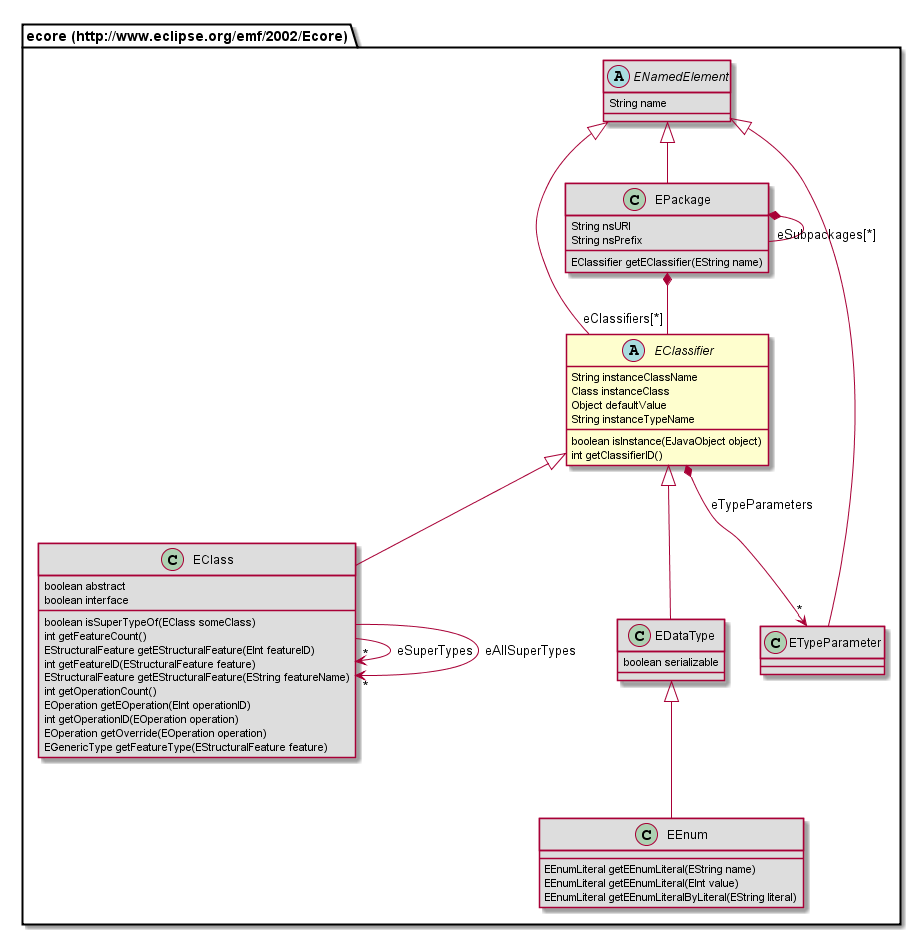
This is org.nasdanika.codegen.editor/doc/model/687474703a2f2f7777772e65636c697073652e6f72672f656d662f323030322f45636f7265/EClassifier.png from Nasdanika/codegen, a PlantUML export, as it was before one commit.
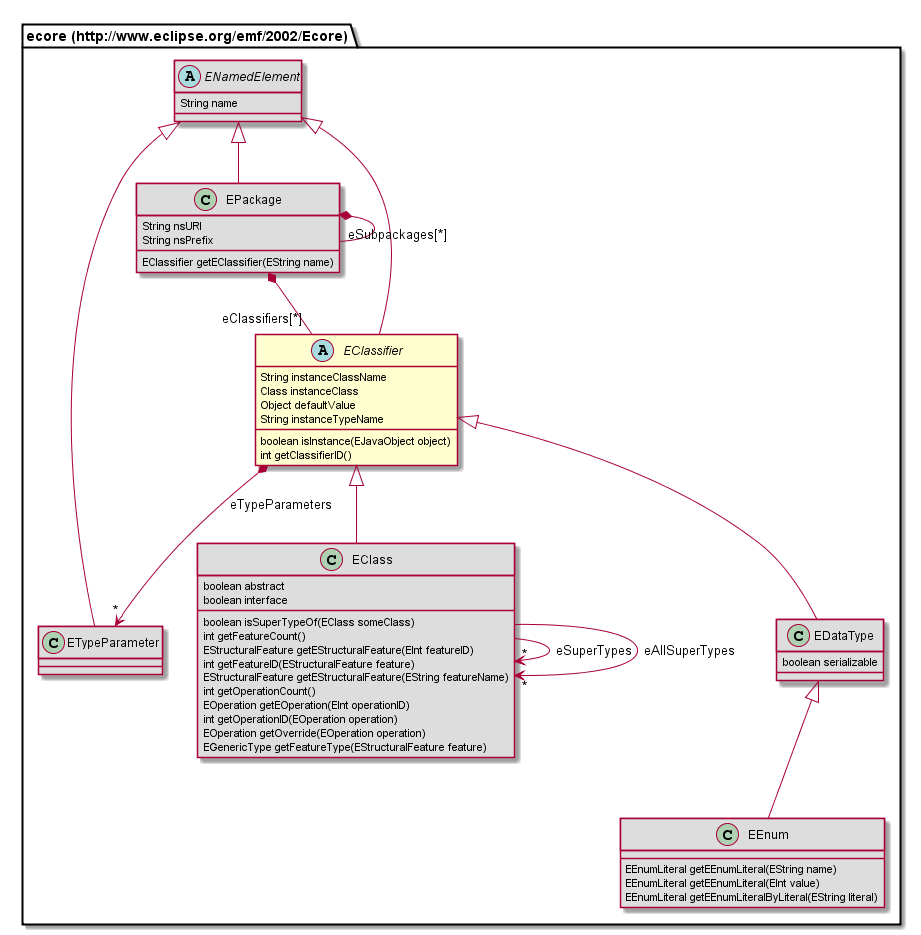
Later version of the same file.

Diff of the diagram source:
```diff
@@ -6,21 +6,6 @@
 	String instanceTypeName
 	boolean isInstance(EJavaObject object)
 	int getClassifierID()
-}
-class "ecore (http://www.eclipse.org/emf/2002/Ecore).ETypeParameter" #DDDDDD {
-}
-class "ecore (http://www.eclipse.org/emf/2002/Ecore).EEnum" #DDDDDD {
-	EEnumLiteral getEEnumLiteral(EString name)
-	EEnumLiteral getEEnumLiteral(EInt value)
-	EEnumLiteral getEEnumLiteralByLiteral(EString literal)
-}
-class "ecore (http://www.eclipse.org/emf/2002/Ecore).EPackage" #DDDDDD {
-	String nsURI
-	String nsPrefix
-	EClassifier getEClassifier(EString name)
-}
-abstract class "ecore (http://www.eclipse.org/emf/2002/Ecore).ENamedElement" #DDDDDD {
-	String name
 }
 class "ecore (http://www.eclipse.org/emf/2002/Ecore).EClass" #DDDDDD {
 	boolean abstract
@@ -36,18 +21,33 @@
 	EOperation getOverride(EOperation operation)
 	EGenericType getFeatureType(EStructuralFeature feature)
 }
+class "ecore (http://www.eclipse.org/emf/2002/Ecore).EPackage" #DDDDDD {
+	String nsURI
+	String nsPrefix
+	EClassifier getEClassifier(EString name)
+}
+class "ecore (http://www.eclipse.org/emf/2002/Ecore).ETypeParameter" #DDDDDD {
+}
+abstract class "ecore (http://www.eclipse.org/emf/2002/Ecore).ENamedElement" #DDDDDD {
+	String name
+}
 class "ecore (http://www.eclipse.org/emf/2002/Ecore).EDataType" #DDDDDD {
 	boolean serializable
 }
+class "ecore (http://www.eclipse.org/emf/2002/Ecore).EEnum" #DDDDDD {
+	EEnumLiteral getEEnumLiteral(EString name)
+	EEnumLiteral getEEnumLiteral(EInt value)
+	EEnumLiteral getEEnumLiteralByLiteral(EString literal)
+}
+"ecore (http://www.eclipse.org/emf/2002/Ecore).EClassifier" <|-- "ecore (http://www.eclipse.org/emf/2002/Ecore).EClass"
+"ecore (http://www.eclipse.org/emf/2002/Ecore).ENamedElement" <|-- "ecore (http://www.eclipse.org/emf/2002/Ecore).EPackage"
 "ecore (http://www.eclipse.org/emf/2002/Ecore).ENamedElement" <|-- "ecore (http://www.eclipse.org/emf/2002/Ecore).ETypeParameter"
+"ecore (http://www.eclipse.org/emf/2002/Ecore).ENamedElement" <|-- "ecore (http://www.eclipse.org/emf/2002/Ecore).EClassifier"
+"ecore (http://www.eclipse.org/emf/2002/Ecore).EClassifier" <|-- "ecore (http://www.eclipse.org/emf/2002/Ecore).EDataType"
 "ecore (http://www.eclipse.org/emf/2002/Ecore).EDataType" <|-- "ecore (http://www.eclipse.org/emf/2002/Ecore).EEnum"
-"ecore (http://www.eclipse.org/emf/2002/Ecore).ENamedElement" <|-- "ecore (http://www.eclipse.org/emf/2002/Ecore).EPackage"
-"ecore (http://www.eclipse.org/emf/2002/Ecore).ENamedElement" <|-- "ecore (http://www.eclipse.org/emf/2002/Ecore).EClassifier"
-"ecore (http://www.eclipse.org/emf/2002/Ecore).EClassifier" <|-- "ecore (http://www.eclipse.org/emf/2002/Ecore).EClass"
-"ecore (http://www.eclipse.org/emf/2002/Ecore).EClassifier" <|-- "ecore (http://www.eclipse.org/emf/2002/Ecore).EDataType"
+"ecore (http://www.eclipse.org/emf/2002/Ecore).EClass" --> "*" "ecore (http://www.eclipse.org/emf/2002/Ecore).EClass" : eSuperTypes
+"ecore (http://www.eclipse.org/emf/2002/Ecore).EClass" --> "*" "ecore (http://www.eclipse.org/emf/2002/Ecore).EClass" : eAllSuperTypes
 "ecore (http://www.eclipse.org/emf/2002/Ecore).EPackage" *-- "eClassifiers[*]" "ecore (http://www.eclipse.org/emf/2002/Ecore).EClassifier"
 "ecore (http://www.eclipse.org/emf/2002/Ecore).EPackage" *-- "eSubpackages[*]" "ecore (http://www.eclipse.org/emf/2002/Ecore).EPackage"
 "ecore (http://www.eclipse.org/emf/2002/Ecore).EClassifier" *--> "*" "ecore (http://www.eclipse.org/emf/2002/Ecore).ETypeParameter" : eTypeParameters
-"ecore (http://www.eclipse.org/emf/2002/Ecore).EClass" --> "*" "ecore (http://www.eclipse.org/emf/2002/Ecore).EClass" : eSuperTypes
-"ecore (http://www.eclipse.org/emf/2002/Ecore).EClass" --> "*" "ecore (http://www.eclipse.org/emf/2002/Ecore).EClass" : eAllSuperTypes
 @enduml
```
